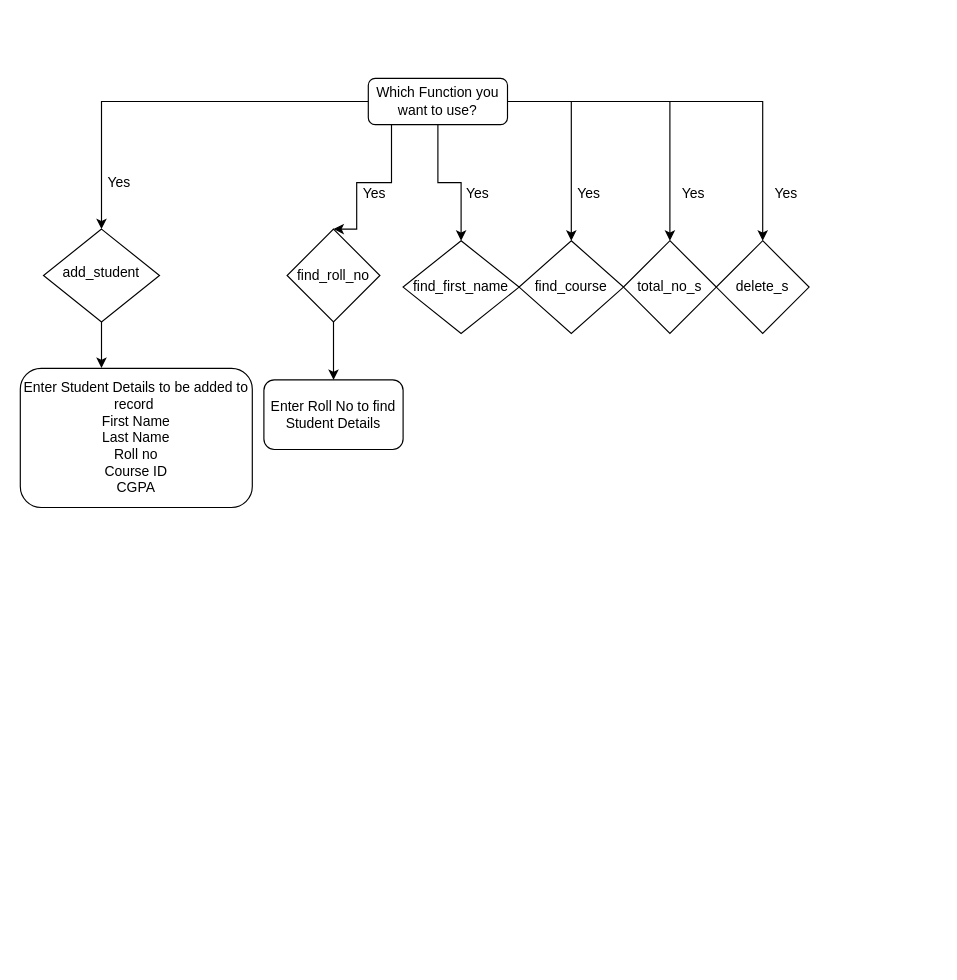
The draw.io diagram MiniProject_C/2_Architecture/Untitled Diagram.drawio in Ghanamrut/M1_GeneralStore_App, before the edit. Source tidied: cells renumbered, new cells numbered last; positions are measured from the earlier drawing's top-left corner, leaving out a move shared by most shapes. Both pictures are drawn from the tidied source at 116%, with x=0, y=0 at pixel (20, 78).
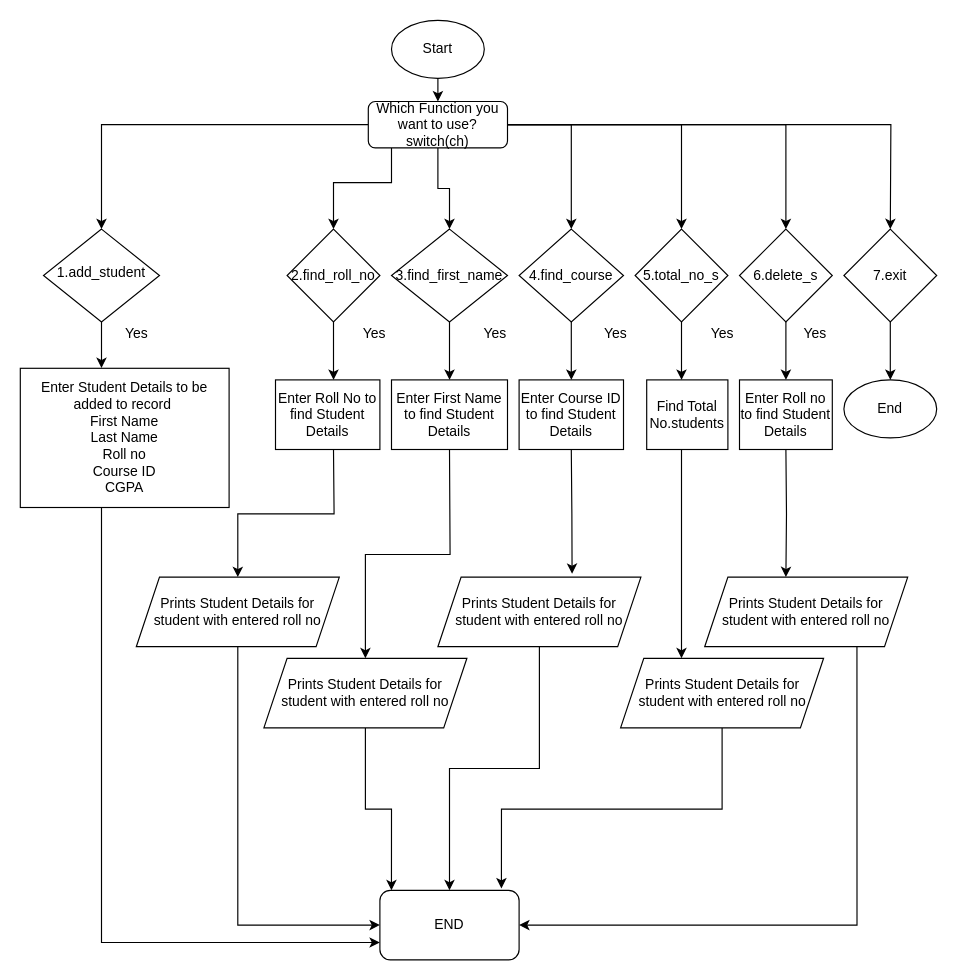
The same page after the edit.

The edit, as a diff of the source:
```diff
@@
     <mxCell id="3" style="edgeStyle=orthogonalEdgeStyle;rounded=0;jettySize=auto;html=1;entryX=0.5;entryY=0;entryDx=0;entryDy=0;" parent="1" edge="1" source="8" target="13">
       <mxGeometry relative="1" as="geometry">
         <Array as="points">
           <mxPoint x="320" y="90" />
-          <mxPoint x="290" y="90" />
+          <mxPoint x="270" y="90" />
         </Array>
       </mxGeometry>
     </mxCell>
@@
-    <mxCell id="5" style="edgeStyle=orthogonalEdgeStyle;rounded=0;jettySize=auto;html=1;exitX=0.5;exitY=1;exitDx=0;exitDy=0;entryX=0.5;entryY=0;entryDx=0;entryDy=0;" parent="1" edge="1" source="8" target="16">
-      <mxGeometry relative="1" as="geometry" />
-    </mxCell>
@@
+    <mxCell id="5" style="edgeStyle=orthogonalEdgeStyle;rounded=0;jettySize=auto;html=1;exitX=0.5;exitY=1;exitDx=0;exitDy=0;" parent="1" edge="1" source="8" target="16">
+      <mxGeometry relative="1" as="geometry" />
+    </mxCell>
+    <mxCell id="25" style="edgeStyle=orthogonalEdgeStyle;rounded=0;jettySize=auto;html=1;exitX=1;exitY=0.5;exitDx=0;exitDy=0;" parent="1" edge="1" source="8">
+      <mxGeometry relative="1" as="geometry">
+        <mxPoint x="750" y="130" as="targetPoint" />
+      </mxGeometry>
+    </mxCell>
-    <mxCell id="8" value="Which Function you want to use?" style="rounded=1;whiteSpace=wrap;html=1;fontSize=12;glass=0;strokeWidth=1;shadow=0;" parent="1" vertex="1">
-      <mxGeometry x="300" width="120" height="40" as="geometry" />
+    <mxCell id="8" value="Which Function you want to use?&lt;br&gt;switch(ch)" style="rounded=1;whiteSpace=wrap;html=1;fontSize=12;glass=0;strokeWidth=1;shadow=0;" parent="1" vertex="1">
+      <mxGeometry x="300" y="20" width="120" height="40" as="geometry" />
     </mxCell>
-    <mxCell id="9" style="edgeStyle=orthogonalEdgeStyle;rounded=0;jettySize=auto;html=1;exitX=0.5;exitY=1;exitDx=0;exitDy=0;entryX=0.35;entryY=-0.002;entryDx=0;entryDy=0;entryPerimeter=0;" parent="1" edge="1" source="10" target="23">
-      <mxGeometry relative="1" as="geometry" />
+    <mxCell id="9" style="edgeStyle=orthogonalEdgeStyle;rounded=0;jettySize=auto;html=1;exitX=0.5;exitY=1;exitDx=0;exitDy=0;entryX=0.35;entryY=-0.002;entryDx=0;entryDy=0;entryPerimeter=0;" parent="1" edge="1" source="10">
+      <mxGeometry relative="1" as="geometry">
+        <mxPoint x="70" y="249.8" as="targetPoint" />
+      </mxGeometry>
     </mxCell>
-    <mxCell id="10" value="add_student" style="rhombus;whiteSpace=wrap;html=1;shadow=0;fontFamily=Helvetica;fontSize=12;align=center;strokeWidth=1;spacing=6;spacingTop=-4;" parent="1" vertex="1">
+    <mxCell id="10" value="1.add_student" style="rhombus;whiteSpace=wrap;html=1;shadow=0;fontFamily=Helvetica;fontSize=12;align=center;strokeWidth=1;spacing=6;spacingTop=-4;" parent="1" vertex="1">
       <mxGeometry x="20" y="130" width="100" height="80" as="geometry" />
     </mxCell>
     <mxCell id="11" value="Yes&lt;br&gt;" style="text;html=1;align=center;verticalAlign=middle;strokeColor=none;fillColor=none;" parent="1" vertex="1">
-      <mxGeometry x="70" y="80" width="30" height="20" as="geometry" />
+      <mxGeometry x="85" y="210" width="30" height="20" as="geometry" />
     </mxCell>
-    <mxCell id="12" style="edgeStyle=orthogonalEdgeStyle;rounded=0;jettySize=auto;html=1;" parent="1" edge="1" source="13" target="24">
-      <mxGeometry relative="1" as="geometry" />
+    <mxCell id="12" style="edgeStyle=orthogonalEdgeStyle;rounded=0;jettySize=auto;html=1;" parent="1" edge="1" source="13">
+      <mxGeometry relative="1" as="geometry">
+        <mxPoint x="270" y="260" as="targetPoint" />
+      </mxGeometry>
     </mxCell>
-    <mxCell id="13" value="find_roll_no" style="rhombus;whiteSpace=wrap;html=1;" parent="1" vertex="1">
+    <mxCell id="13" value="2.find_roll_no" style="rhombus;whiteSpace=wrap;html=1;" parent="1" vertex="1">
       <mxGeometry x="230" y="130" width="80" height="80" as="geometry" />
     </mxCell>
     <mxCell id="14" value="Yes&lt;br&gt;" style="text;html=1;align=center;verticalAlign=middle;strokeColor=none;fillColor=none;" parent="1" vertex="1">
-      <mxGeometry x="290" y="90" width="30" height="20" as="geometry" />
+      <mxGeometry x="290" y="210" width="30" height="20" as="geometry" />
     </mxCell>
+    <mxCell id="26" style="edgeStyle=orthogonalEdgeStyle;rounded=0;jettySize=auto;html=1;exitX=0.5;exitY=1;exitDx=0;exitDy=0;entryX=0.5;entryY=0;entryDx=0;entryDy=0;" parent="1" edge="1" source="15">
+      <mxGeometry relative="1" as="geometry">
+        <mxPoint x="475" y="260" as="targetPoint" />
+      </mxGeometry>
+    </mxCell>
-    <mxCell id="15" value="find_course" style="rhombus;whiteSpace=wrap;html=1;" parent="1" vertex="1">
-      <mxGeometry x="430" y="140" width="90" height="80" as="geometry" />
+    <mxCell id="15" value="4.find_course" style="rhombus;whiteSpace=wrap;html=1;" parent="1" vertex="1">
+      <mxGeometry x="430" y="130" width="90" height="80" as="geometry" />
     </mxCell>
+    <mxCell id="27" style="edgeStyle=orthogonalEdgeStyle;rounded=0;jettySize=auto;html=1;exitX=0.5;exitY=1;exitDx=0;exitDy=0;entryX=0.5;entryY=0;entryDx=0;entryDy=0;" parent="1" edge="1" source="16">
+      <mxGeometry relative="1" as="geometry">
+        <mxPoint x="370" y="260" as="targetPoint" />
+      </mxGeometry>
+    </mxCell>
-    <mxCell id="16" value="find_first_name" style="rhombus;whiteSpace=wrap;html=1;" parent="1" vertex="1">
-      <mxGeometry x="330" y="140" width="100" height="80" as="geometry" />
+    <mxCell id="16" value="3.find_first_name" style="rhombus;whiteSpace=wrap;html=1;" parent="1" vertex="1">
+      <mxGeometry x="320" y="130" width="100" height="80" as="geometry" />
     </mxCell>
+    <mxCell id="28" style="edgeStyle=orthogonalEdgeStyle;rounded=0;jettySize=auto;html=1;exitX=0.5;exitY=1;exitDx=0;exitDy=0;entryX=0.5;entryY=0;entryDx=0;entryDy=0;" parent="1" edge="1" source="17">
+      <mxGeometry relative="1" as="geometry">
+        <mxPoint x="570" y="260" as="targetPoint" />
+      </mxGeometry>
+    </mxCell>
-    <mxCell id="17" value="total_no_s" style="rhombus;whiteSpace=wrap;html=1;" parent="1" vertex="1">
-      <mxGeometry x="520" y="140" width="80" height="80" as="geometry" />
+    <mxCell id="17" value="5.total_no_s" style="rhombus;whiteSpace=wrap;html=1;" parent="1" vertex="1">
+      <mxGeometry x="530" y="130" width="80" height="80" as="geometry" />
     </mxCell>
+    <mxCell id="29" style="edgeStyle=orthogonalEdgeStyle;rounded=0;jettySize=auto;html=1;exitX=0.5;exitY=1;exitDx=0;exitDy=0;entryX=0.5;entryY=0;entryDx=0;entryDy=0;" parent="1" edge="1" source="18">
+      <mxGeometry relative="1" as="geometry">
+        <mxPoint x="660" y="260" as="targetPoint" />
+      </mxGeometry>
+    </mxCell>
-    <mxCell id="18" value="delete_s" style="rhombus;whiteSpace=wrap;html=1;" parent="1" vertex="1">
-      <mxGeometry x="600" y="140" width="80" height="80" as="geometry" />
+    <mxCell id="18" value="6.delete_s" style="rhombus;whiteSpace=wrap;html=1;" parent="1" vertex="1">
+      <mxGeometry x="620" y="130" width="80" height="80" as="geometry" />
     </mxCell>
     <mxCell id="19" value="Yes" style="text;html=1;align=center;verticalAlign=middle;strokeColor=none;fillColor=none;" parent="1" vertex="1">
-      <mxGeometry x="378.5" y="90" width="30" height="20" as="geometry" />
+      <mxGeometry x="394" y="210" width="30" height="20" as="geometry" />
     </mxCell>
     <mxCell id="20" value="Yes" style="text;html=1;align=center;verticalAlign=middle;strokeColor=none;fillColor=none;" parent="1" vertex="1">
-      <mxGeometry x="475" y="90" width="30" height="20" as="geometry" />
+      <mxGeometry x="497.5" y="210" width="30" height="20" as="geometry" />
     </mxCell>
     <mxCell id="21" value="Yes" style="text;html=1;align=center;verticalAlign=middle;strokeColor=none;fillColor=none;" parent="1" vertex="1">
-      <mxGeometry x="565" y="90" width="30" height="20" as="geometry" />
+      <mxGeometry x="590" y="210" width="30" height="20" as="geometry" />
     </mxCell>
     <mxCell id="22" value="Yes" style="text;html=1;align=center;verticalAlign=middle;strokeColor=none;fillColor=none;" parent="1" vertex="1">
-      <mxGeometry x="645" y="90" width="30" height="20" as="geometry" />
+      <mxGeometry x="670" y="210" width="30" height="20" as="geometry" />
     </mxCell>
+    <mxCell id="30" style="edgeStyle=orthogonalEdgeStyle;rounded=0;jettySize=auto;html=1;exitX=0.5;exitY=1;exitDx=0;exitDy=0;entryX=0;entryY=0.75;entryDx=0;entryDy=0;" parent="1" edge="1" target="51">
+      <mxGeometry relative="1" as="geometry">
+        <mxPoint x="100" y="370" as="sourcePoint" />
+        <Array as="points">
+          <mxPoint x="70" y="370" />
+          <mxPoint x="70" y="745" />
+        </Array>
+      </mxGeometry>
+    </mxCell>
+    <mxCell id="31" style="edgeStyle=orthogonalEdgeStyle;rounded=0;jettySize=auto;html=1;exitX=0.5;exitY=1;exitDx=0;exitDy=0;" parent="1" edge="1" target="42">
+      <mxGeometry relative="1" as="geometry">
+        <mxPoint x="270" y="320" as="sourcePoint" />
+      </mxGeometry>
+    </mxCell>
+    <mxCell id="32" style="edgeStyle=orthogonalEdgeStyle;rounded=0;jettySize=auto;html=1;exitX=0.5;exitY=1;exitDx=0;exitDy=0;entryX=0.5;entryY=0;entryDx=0;entryDy=0;" parent="1" edge="1" target="44">
+      <mxGeometry relative="1" as="geometry">
+        <mxPoint x="370" y="320" as="sourcePoint" />
+      </mxGeometry>
+    </mxCell>
+    <mxCell id="33" style="edgeStyle=orthogonalEdgeStyle;rounded=0;jettySize=auto;html=1;exitX=0.5;exitY=1;exitDx=0;exitDy=0;entryX=0.661;entryY=-0.047;entryDx=0;entryDy=0;entryPerimeter=0;" parent="1" edge="1" target="48">
+      <mxGeometry relative="1" as="geometry">
+        <mxPoint x="475" y="320" as="sourcePoint" />
+      </mxGeometry>
+    </mxCell>
+    <mxCell id="34" style="edgeStyle=orthogonalEdgeStyle;rounded=0;orthogonalLoop=1;jettySize=auto;html=1;exitX=0.5;exitY=1;exitDx=0;exitDy=0;" parent="1" edge="1">
+      <mxGeometry relative="1" as="geometry">
+        <mxPoint x="570" y="320" as="sourcePoint" />
+        <mxPoint x="570" y="500" as="targetPoint" />
+      </mxGeometry>
+    </mxCell>
+    <mxCell id="35" style="edgeStyle=orthogonalEdgeStyle;rounded=0;jettySize=auto;html=1;exitX=0.5;exitY=1;exitDx=0;exitDy=0;entryX=0.4;entryY=0;entryDx=0;entryDy=0;entryPerimeter=0;" parent="1" edge="1" target="50">
+      <mxGeometry relative="1" as="geometry">
+        <mxPoint x="660" y="320" as="sourcePoint" />
+      </mxGeometry>
+    </mxCell>
+    <mxCell id="36" style="edgeStyle=orthogonalEdgeStyle;rounded=0;jettySize=auto;html=1;exitX=0.5;exitY=1;exitDx=0;exitDy=0;entryX=0.5;entryY=0;entryDx=0;entryDy=0;" parent="1" edge="1" source="37" target="8">
+      <mxGeometry relative="1" as="geometry" />
+    </mxCell>
+    <mxCell id="37" value="Start" style="ellipse;whiteSpace=wrap;html=1;" parent="1" vertex="1">
+      <mxGeometry x="320" y="-50" width="80" height="50" as="geometry" />
+    </mxCell>
+    <mxCell id="38" style="edgeStyle=orthogonalEdgeStyle;rounded=0;jettySize=auto;html=1;" parent="1" edge="1" source="39" target="40">
+      <mxGeometry relative="1" as="geometry" />
+    </mxCell>
+    <mxCell id="39" value="7.exit" style="rhombus;whiteSpace=wrap;html=1;" parent="1" vertex="1">
+      <mxGeometry x="710" y="130" width="80" height="80" as="geometry" />
+    </mxCell>
+    <mxCell id="40" value="End" style="ellipse;whiteSpace=wrap;html=1;" parent="1" vertex="1">
+      <mxGeometry x="710" y="260" width="80" height="50" as="geometry" />
+    </mxCell>
+    <mxCell id="41" style="edgeStyle=orthogonalEdgeStyle;rounded=0;jettySize=auto;html=1;exitX=0.5;exitY=1;exitDx=0;exitDy=0;entryX=0;entryY=0.5;entryDx=0;entryDy=0;" parent="1" edge="1" source="42" target="51">
+      <mxGeometry relative="1" as="geometry" />
+    </mxCell>
+    <mxCell id="42" value="Prints Student Details for student with entered roll no" style="shape=parallelogram;perimeter=parallelogramPerimeter;whiteSpace=wrap;html=1;fixedSize=1;" parent="1" vertex="1">
+      <mxGeometry x="100" y="430" width="175" height="60" as="geometry" />
+    </mxCell>
+    <mxCell id="43" style="edgeStyle=orthogonalEdgeStyle;rounded=0;jettySize=auto;html=1;exitX=0.5;exitY=1;exitDx=0;exitDy=0;entryX=0.083;entryY=0;entryDx=0;entryDy=0;entryPerimeter=0;" parent="1" edge="1" source="44" target="51">
+      <mxGeometry relative="1" as="geometry" />
+    </mxCell>
+    <mxCell id="44" value="Prints Student Details for student with entered roll no" style="shape=parallelogram;perimeter=parallelogramPerimeter;whiteSpace=wrap;html=1;fixedSize=1;" parent="1" vertex="1">
+      <mxGeometry x="210" y="500" width="175" height="60" as="geometry" />
+    </mxCell>
+    <mxCell id="45" style="edgeStyle=orthogonalEdgeStyle;rounded=0;jettySize=auto;html=1;exitX=0.5;exitY=1;exitDx=0;exitDy=0;entryX=0.873;entryY=-0.027;entryDx=0;entryDy=0;entryPerimeter=0;" parent="1" edge="1" source="46" target="51">
+      <mxGeometry relative="1" as="geometry" />
+    </mxCell>
+    <mxCell id="46" value="Prints Student Details for student with entered roll no" style="shape=parallelogram;perimeter=parallelogramPerimeter;whiteSpace=wrap;html=1;fixedSize=1;" parent="1" vertex="1">
+      <mxGeometry x="517.5" y="500" width="175" height="60" as="geometry" />
+    </mxCell>
+    <mxCell id="47" style="edgeStyle=orthogonalEdgeStyle;rounded=0;jettySize=auto;html=1;exitX=0.5;exitY=1;exitDx=0;exitDy=0;entryX=0.5;entryY=0;entryDx=0;entryDy=0;" parent="1" edge="1" source="48" target="51">
+      <mxGeometry relative="1" as="geometry" />
+    </mxCell>
+    <mxCell id="48" value="Prints Student Details for student with entered roll no" style="shape=parallelogram;perimeter=parallelogramPerimeter;whiteSpace=wrap;html=1;fixedSize=1;" parent="1" vertex="1">
+      <mxGeometry x="360" y="430" width="175" height="60" as="geometry" />
+    </mxCell>
+    <mxCell id="49" style="edgeStyle=orthogonalEdgeStyle;rounded=0;jettySize=auto;html=1;exitX=0.75;exitY=1;exitDx=0;exitDy=0;entryX=1;entryY=0.5;entryDx=0;entryDy=0;" parent="1" edge="1" source="50" target="51">
+      <mxGeometry relative="1" as="geometry" />
+    </mxCell>
+    <mxCell id="50" value="Prints Student Details for student with entered roll no" style="shape=parallelogram;perimeter=parallelogramPerimeter;whiteSpace=wrap;html=1;fixedSize=1;" parent="1" vertex="1">
+      <mxGeometry x="590" y="430" width="175" height="60" as="geometry" />
+    </mxCell>
+    <mxCell id="51" value="END" style="rounded=1;whiteSpace=wrap;html=1;" parent="1" vertex="1">
+      <mxGeometry x="310" y="700" width="120" height="60" as="geometry" />
+    </mxCell>
-    <mxCell id="23" value="Enter Student Details to be added to record&amp;nbsp;&lt;br&gt;First Name&lt;br&gt;Last Name&lt;br&gt;Roll no&lt;br&gt;Course ID&lt;br&gt;CGPA" style="rounded=1;whiteSpace=wrap;html=1;" parent="1" vertex="1">
-      <mxGeometry y="250" width="200" height="120" as="geometry" />
+    <mxCell id="23" value="&lt;span&gt;Enter Student Details to be added to record&amp;nbsp;&lt;/span&gt;&lt;br&gt;&lt;span&gt;First Name&lt;/span&gt;&lt;br&gt;&lt;span&gt;Last Name&lt;/span&gt;&lt;br&gt;&lt;span&gt;Roll no&lt;/span&gt;&lt;br&gt;&lt;span&gt;Course ID&lt;/span&gt;&lt;br&gt;&lt;span&gt;CGPA&lt;/span&gt;" style="rounded=0;whiteSpace=wrap;html=1;" parent="1" vertex="1">
+      <mxGeometry y="250" width="180" height="120" as="geometry" />
     </mxCell>
-    <mxCell id="24" value="Enter Roll No to find Student Details" style="rounded=1;whiteSpace=wrap;html=1;" parent="1" vertex="1">
-      <mxGeometry x="210" y="260" width="120" height="60" as="geometry" />
+    <mxCell id="24" value="&lt;span&gt;Enter Roll No to find Student Details&lt;/span&gt;" style="rounded=0;whiteSpace=wrap;html=1;" parent="1" vertex="1">
+      <mxGeometry x="220" y="260" width="90" height="60" as="geometry" />
     </mxCell>
+    <mxCell id="52" value="&lt;span&gt;Enter First Name to find Student Details&lt;/span&gt;" style="rounded=0;whiteSpace=wrap;html=1;" parent="1" vertex="1">
+      <mxGeometry x="320" y="260" width="100" height="60" as="geometry" />
+    </mxCell>
+    <mxCell id="53" value="&lt;span&gt;Enter Course ID to find Student Details&lt;/span&gt;" style="rounded=0;whiteSpace=wrap;html=1;" parent="1" vertex="1">
+      <mxGeometry x="430" y="260" width="90" height="60" as="geometry" />
+    </mxCell>
+    <mxCell id="54" value="&lt;span&gt;Find Total No.students&lt;/span&gt;" style="rounded=0;whiteSpace=wrap;html=1;" parent="1" vertex="1">
+      <mxGeometry x="540" y="260" width="70" height="60" as="geometry" />
+    </mxCell>
+    <mxCell id="55" value="&lt;span&gt;Enter Roll no to find Student Details&lt;/span&gt;" style="rounded=0;whiteSpace=wrap;html=1;" parent="1" vertex="1">
+      <mxGeometry x="620" y="260" width="80" height="60" as="geometry" />
+    </mxCell>
```
